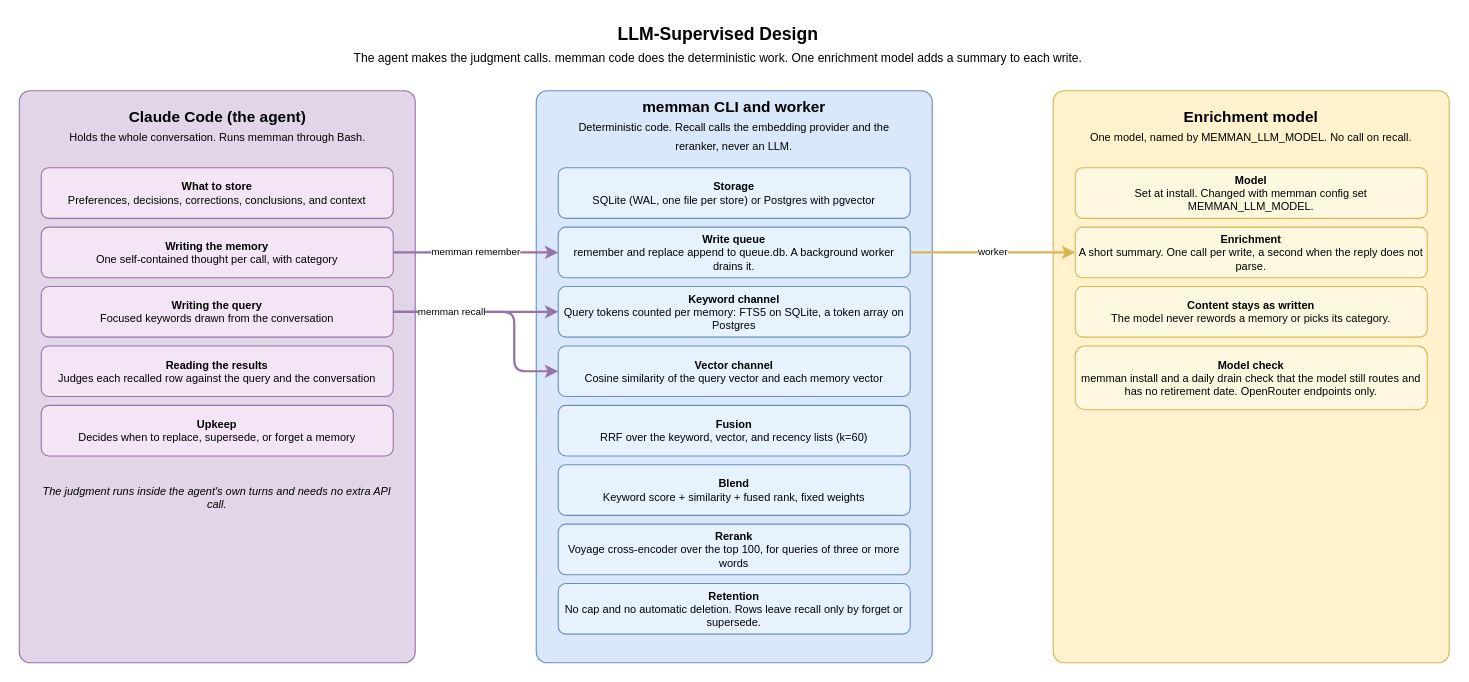
bissli/memman keeps this draw.io diagram as docs/diagrams/01-llm-supervised.drawio. Above is the earlier version. Source tidied: cells renumbered, new cells numbered last; positions are measured from the earlier drawing's top-left corner, leaving out a move shared by most shapes. Both pictures are drawn from the tidied source at 110%, with x=0, y=0 at pixel (19, 19).
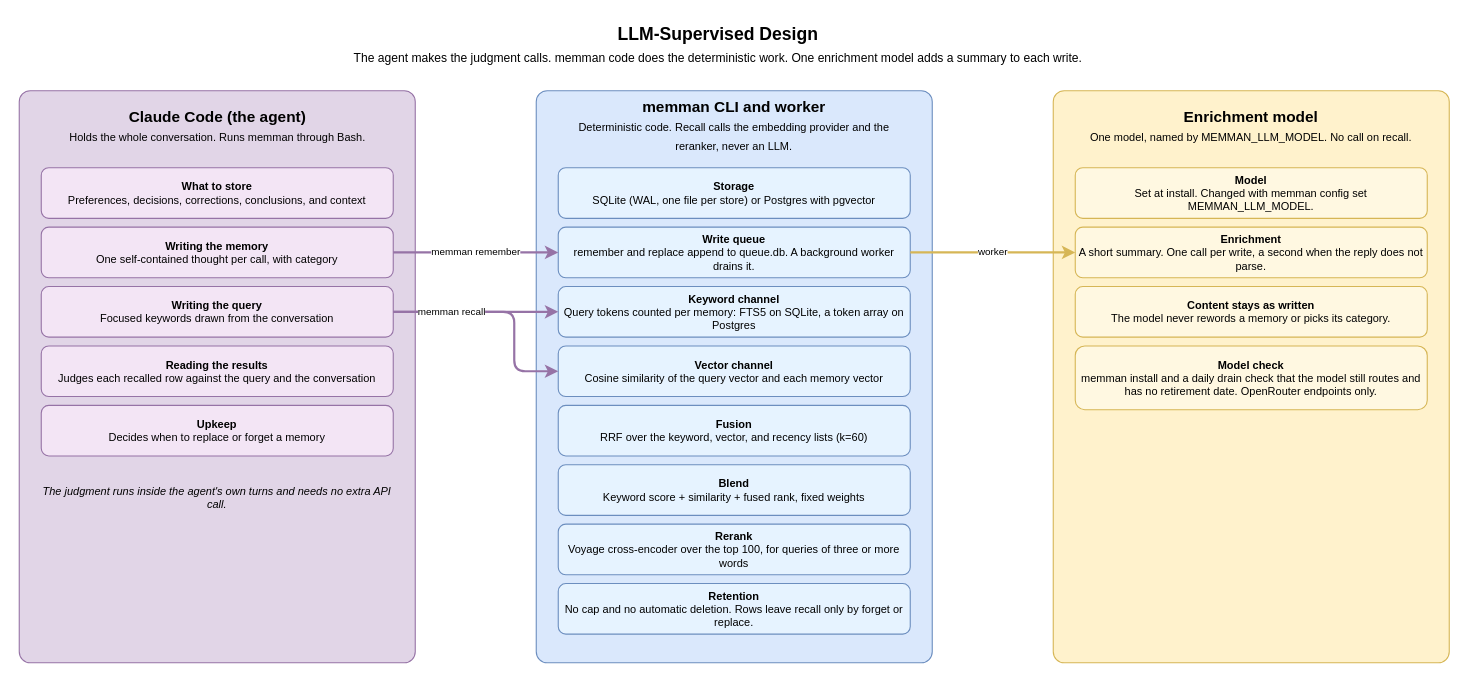
The same page after the edit.

The edit, as a diff of the source:
```diff
@@
-    <mxCell id="9" value="&lt;b&gt;Upkeep&lt;/b&gt;&lt;br&gt;Decides when to replace, supersede, or forget a memory" style="rounded=1;whiteSpace=wrap;html=1;fillColor=#F3E5F5;strokeColor=#9673a6;fontSize=10;" parent="1" vertex="1">
+    <mxCell id="9" value="&lt;b&gt;Upkeep&lt;/b&gt;&lt;br&gt;Decides when to replace or forget a memory" style="rounded=1;whiteSpace=wrap;html=1;fillColor=#F3E5F5;strokeColor=#9673a6;fontSize=10;" parent="1" vertex="1">
       <mxGeometry x="20" y="351" width="320" height="46" as="geometry" />
     </mxCell>
@@
-    <mxCell id="20" value="&lt;b&gt;Retention&lt;/b&gt;&lt;br&gt;No cap and no automatic deletion. Rows leave recall only by forget or supersede." style="rounded=1;whiteSpace=wrap;html=1;fillColor=#E6F3FF;strokeColor=#6c8ebf;fontSize=10;" parent="1" vertex="1">
+    <mxCell id="20" value="&lt;b&gt;Retention&lt;/b&gt;&lt;br&gt;No cap and no automatic deletion. Rows leave recall only by forget or replace." style="rounded=1;whiteSpace=wrap;html=1;fillColor=#E6F3FF;strokeColor=#6c8ebf;fontSize=10;" parent="1" vertex="1">
       <mxGeometry x="490" y="513" width="320" height="46" as="geometry" />
     </mxCell>
```
